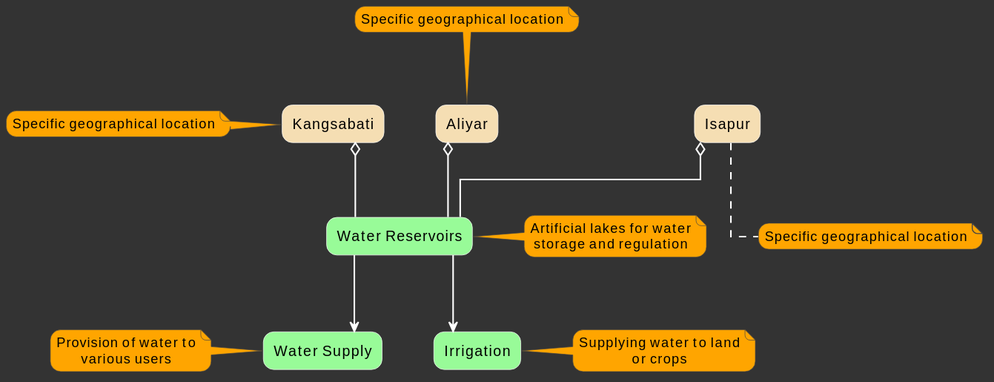
Earlier version of the PlantUML export tele_2.svg (bolibazaar/upsc_sol_assets).
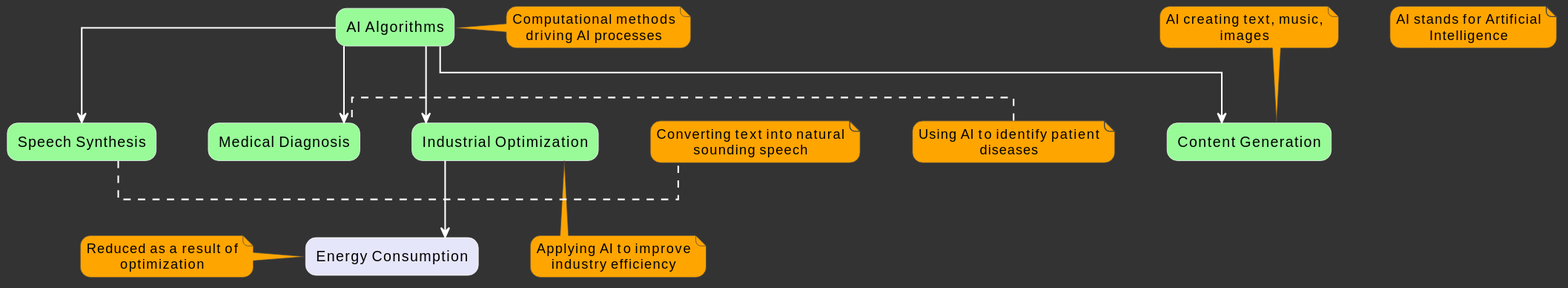
After the commit.

Change to the diagram source:
```diff
@@ -20,45 +20,42 @@
 skinparam rectangleFontColor black
 skinparam rectangleBorderColor white
 
-rectangle "Aliyar" #F5DEB3
-rectangle "Isapur" #F5DEB3
-rectangle "Kangsabati" #F5DEB3
+rectangle "AI Algorithms" #98FB98
+rectangle "Industrial Optimization" #98FB98
+rectangle "Content Generation" #98FB98
+rectangle "Medical Diagnosis" #98FB98
+rectangle "Speech Synthesis" #98FB98
+rectangle "Energy Consumption" #E6E6FA
 
-rectangle "Water Reservoirs" #98FB98
-rectangle "Irrigation" #98FB98
-rectangle "Water Supply" #98FB98
+"AI Algorithms" --> "Industrial Optimization"
+"Industrial Optimization" --> "Energy Consumption"
+"AI Algorithms" --> "Content Generation"
+"AI Algorithms" --> "Medical Diagnosis"
+"AI Algorithms" --> "Speech Synthesis"
 
-"Aliyar" o-- "Water Reservoirs"
-"Isapur" o-- "Water Reservoirs"
-"Kangsabati" o-- "Water Reservoirs"
-
-"Water Reservoirs" --> "Irrigation"
-"Water Reservoirs" --> "Water Supply"
-
-note top of "Aliyar"
-  Specific geographical location
+note right of "AI Algorithms"
+  Computational methods driving AI processes
 end note
 
-note right of "Water Reservoirs"
-  Artificial lakes for water
-  storage and regulation
+note top of "Content Generation"
+  AI creating text, music, images
 end note
 
-note bottom of "Isapur"
-  Specific geographical location
+note left of "Medical Diagnosis"
+  Using AI to identify patient diseases
 end note
 
-note right of "Irrigation"
-  Supplying water to land
-  or crops
+note bottom of "Industrial Optimization"
+  Applying AI to improve industry efficiency
 end note
 
-note left of "Kangsabati"
-  Specific geographical location
+note right of "Speech Synthesis"
+  Converting text into natural sounding speech
 end note
 
-note left of "Water Supply"
-  Provision of water to
-  various users
+note left of "Energy Consumption"
+  Reduced as a result of optimization
 end note
+
+note "AI stands for Artificial Intelligence" as AcronymNote #FFA500
 @enduml
```
